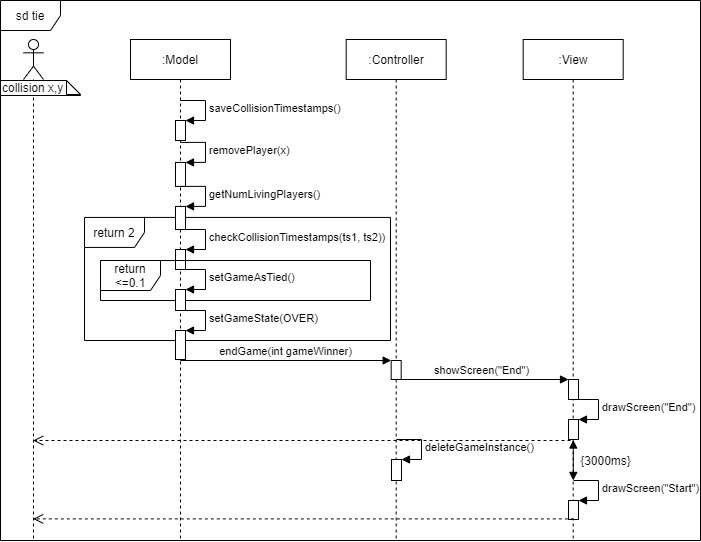
This is Doku/images/SD_UC8Tie.png from KjellooMelloo/gameoftrons, a draw.io export, as it was before one commit. Source tidied: cells renumbered, new cells last; positions are measured from the earlier drawing's top-left corner, leaving out a move shared by most shapes.
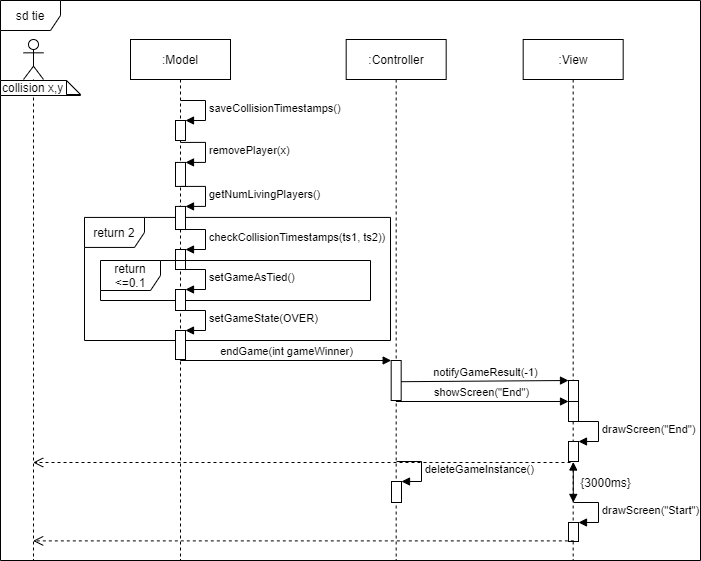
After the change.

Commit message:
added notifyGameResult() and updateView() for SDs

What changed in the source:
```diff
@@ -3,13 +3,13 @@
     <mxCell id="0" />
     <mxCell id="1" parent="0" />
     <mxCell id="2" value="sd tie" style="shape=umlFrame;whiteSpace=wrap;html=1;fillColor=#ffffff;" parent="1" vertex="1">
-      <mxGeometry width="700" height="540" as="geometry" />
+      <mxGeometry width="700" height="560" as="geometry" />
     </mxCell>
     <mxCell id="3" value="return 2" style="shape=umlFrame;whiteSpace=wrap;html=1;fillColor=#ffffff;" parent="1" vertex="1">
       <mxGeometry x="84" y="216.9" width="306" height="123.1" as="geometry" />
     </mxCell>
     <mxCell id="4" value=":Model" style="shape=umlLifeline;perimeter=lifelinePerimeter;whiteSpace=wrap;html=1;" parent="1" vertex="1">
-      <mxGeometry x="130" y="39" width="100" height="501" as="geometry" />
+      <mxGeometry x="130" y="39" width="100" height="521" as="geometry" />
     </mxCell>
     <mxCell id="5" style="html=1;points=[];perimeter=orthogonalPerimeter;fillColor=#ffffff;" parent="4" vertex="1">
       <mxGeometry x="45" y="122.9" width="10" height="24" as="geometry" />
@@ -67,98 +67,104 @@
       </mxGeometry>
     </mxCell>
     <mxCell id="15" style="shape=umlLifeline;participant=umlActor;perimeter=lifelinePerimeter;whiteSpace=wrap;html=1;verticalAlign=top;spacingTop=36;labelBackgroundColor=#ffffff;" parent="1" vertex="1">
-      <mxGeometry x="23" y="39" width="20" height="501" as="geometry" />
+      <mxGeometry x="23" y="39" width="20" height="521" as="geometry" />
     </mxCell>
     <mxCell id="16" value=":Controller" style="shape=umlLifeline;perimeter=lifelinePerimeter;whiteSpace=wrap;html=1;" parent="1" vertex="1">
-      <mxGeometry x="345.7" y="39" width="100" height="501" as="geometry" />
+      <mxGeometry x="345.7" y="39" width="100" height="521" as="geometry" />
     </mxCell>
     <mxCell id="17" style="html=1;points=[];perimeter=orthogonalPerimeter;" parent="16" vertex="1">
-      <mxGeometry x="45" y="321" width="10" height="19" as="geometry" />
+      <mxGeometry x="45" y="321" width="10" height="40" as="geometry" />
     </mxCell>
     <mxCell id="18" value=":View" style="shape=umlLifeline;perimeter=lifelinePerimeter;whiteSpace=wrap;html=1;" parent="1" vertex="1">
-      <mxGeometry x="522.7" y="39" width="100" height="501" as="geometry" />
+      <mxGeometry x="522.7" y="39" width="100" height="521" as="geometry" />
     </mxCell>
     <mxCell id="19" style="html=1;points=[];perimeter=orthogonalPerimeter;" parent="18" vertex="1">
-      <mxGeometry x="45.3" y="340" width="10" height="20" as="geometry" />
+      <mxGeometry x="45.3" y="362" width="10" height="20" as="geometry" />
     </mxCell>
     <mxCell id="20" style="html=1;points=[];perimeter=orthogonalPerimeter;" parent="18" vertex="1">
-      <mxGeometry x="45.3" y="380" width="10" height="20" as="geometry" />
+      <mxGeometry x="45.3" y="402" width="10" height="20" as="geometry" />
     </mxCell>
     <mxCell id="21" value="drawScreen(&quot;End&quot;)" style="edgeStyle=orthogonalEdgeStyle;html=1;align=left;spacingLeft=2;endArrow=block;rounded=0;entryX=1;entryY=0;" parent="18" edge="1" target="20">
       <mxGeometry relative="1" as="geometry">
-        <mxPoint x="50.3" y="360" as="sourcePoint" />
+        <mxPoint x="50.3" y="382" as="sourcePoint" />
         <Array as="points">
-          <mxPoint x="75.3" y="360" />
+          <mxPoint x="75.3" y="382" />
         </Array>
       </mxGeometry>
     </mxCell>
     <mxCell id="22" style="html=1;points=[];perimeter=orthogonalPerimeter;" parent="18" vertex="1">
-      <mxGeometry x="45.3" y="461" width="10" height="19" as="geometry" />
+      <mxGeometry x="45.3" y="483" width="10" height="19" as="geometry" />
     </mxCell>
     <mxCell id="23" value="drawScreen(&quot;Start&quot;)" style="edgeStyle=orthogonalEdgeStyle;html=1;align=left;spacingLeft=2;endArrow=block;rounded=0;entryX=1;entryY=0;" parent="18" edge="1" target="22">
       <mxGeometry relative="1" as="geometry">
-        <mxPoint x="50.3" y="441" as="sourcePoint" />
+        <mxPoint x="50.3" y="463" as="sourcePoint" />
         <Array as="points">
-          <mxPoint x="75.3" y="441" />
+          <mxPoint x="75.3" y="463" />
         </Array>
       </mxGeometry>
     </mxCell>
     <mxCell id="24" style="endArrow=block;startArrow=block;endFill=1;startFill=1;html=1;exitX=0.478;exitY=1.025;exitDx=0;exitDy=0;exitPerimeter=0;entryX=0.501;entryY=0.889;entryDx=0;entryDy=0;entryPerimeter=0;" parent="18" edge="1" source="20">
       <mxGeometry relative="1" as="geometry">
-        <mxPoint x="50.1" y="440.9" as="targetPoint" />
+        <mxPoint x="50.1" y="462.9" as="targetPoint" />
       </mxGeometry>
     </mxCell>
-    <mxCell id="25" value="collision x,y" style="shape=note;whiteSpace=wrap;html=1;size=14;verticalAlign=top;align=left;spacingTop=-6;" parent="1" vertex="1">
-      <mxGeometry y="80" width="80" height="15" as="geometry" />
+    <mxCell id="25" style="html=1;points=[];perimeter=orthogonalPerimeter;" parent="18" vertex="1">
+      <mxGeometry x="45.3" y="341" width="10" height="21" as="geometry" />
     </mxCell>
-    <mxCell id="26" value="return &amp;lt;=0.1" style="shape=umlFrame;whiteSpace=wrap;html=1;fillColor=#ffffff;" parent="1" vertex="1">
-      <mxGeometry x="100" y="260" width="270" height="40" as="geometry" />
+    <mxCell id="26" value="collision x,y" style="shape=note;whiteSpace=wrap;html=1;size=14;verticalAlign=top;align=left;spacingTop=-6;" parent="1" vertex="1">
+      <mxGeometry y="80" width="80" height="15" as="geometry" />
     </mxCell>
-    <mxCell id="27" style="html=1;points=[];perimeter=orthogonalPerimeter;" parent="1" vertex="1">
-      <mxGeometry x="175" y="289" width="10" height="21" as="geometry" />
+    <mxCell id="27" value="return &amp;lt;=0.1" style="shape=umlFrame;whiteSpace=wrap;html=1;fillColor=#ffffff;" parent="1" vertex="1">
+      <mxGeometry x="100" y="260" width="270" height="40" as="geometry" />
     </mxCell>
-    <mxCell id="28" value="setGameAsTied()" style="edgeStyle=orthogonalEdgeStyle;html=1;align=left;spacingLeft=2;endArrow=block;rounded=0;entryX=1;entryY=0;" parent="1" edge="1" target="27">
-      <mxGeometry relative="1" as="geometry">
-        <mxPoint x="180" y="269" as="sourcePoint" />
-        <Array as="points">
-          <mxPoint x="205" y="269" />
-        </Array>
-      </mxGeometry>
+    <mxCell id="28" style="html=1;points=[];perimeter=orthogonalPerimeter;" parent="1" vertex="1">
+      <mxGeometry x="175" y="289" width="10" height="21" as="geometry" />
     </mxCell>
-    <mxCell id="29" value="endGame(int gameWinner)" style="html=1;verticalAlign=bottom;endArrow=block;entryX=0;entryY=0;" parent="1" edge="1" target="17">
+    <mxCell id="29" value="setGameAsTied()" style="edgeStyle=orthogonalEdgeStyle;html=1;align=left;spacingLeft=2;endArrow=block;rounded=0;entryX=1;entryY=0;" parent="1" edge="1" target="28">
       <mxGeometry relative="1" as="geometry">
-        <mxPoint x="179.7" y="360" as="sourcePoint" />
+        <mxPoint x="180" y="269" as="sourcePoint" />
+        <Array as="points">
+          <mxPoint x="205" y="269" />
+        </Array>
       </mxGeometry>
     </mxCell>
-    <mxCell id="30" value="showScreen(&quot;End&quot;)" style="html=1;verticalAlign=bottom;endArrow=block;entryX=0;entryY=0;" parent="1" edge="1" target="19">
+    <mxCell id="30" value="endGame(int gameWinner)" style="html=1;verticalAlign=bottom;endArrow=block;entryX=0;entryY=0;" parent="1" edge="1" target="17">
       <mxGeometry relative="1" as="geometry">
-        <mxPoint x="395.3" y="379" as="sourcePoint" />
+        <mxPoint x="179.7" y="360" as="sourcePoint" />
       </mxGeometry>
     </mxCell>
-    <mxCell id="31" style="html=1;verticalAlign=bottom;endArrow=open;dashed=1;endSize=8;" parent="1" edge="1">
+    <mxCell id="31" value="showScreen(&quot;End&quot;)" style="html=1;verticalAlign=bottom;endArrow=block;entryX=0;entryY=0;" parent="1" edge="1" target="19">
       <mxGeometry relative="1" as="geometry">
-        <mxPoint x="570" y="440" as="sourcePoint" />
-        <mxPoint x="32.7" y="440" as="targetPoint" />
+        <mxPoint x="395.3" y="401" as="sourcePoint" />
       </mxGeometry>
     </mxCell>
-    <mxCell id="32" style="html=1;points=[];perimeter=orthogonalPerimeter;" parent="1" vertex="1">
-      <mxGeometry x="391" y="459" width="10" height="21" as="geometry" />
+    <mxCell id="32" style="html=1;verticalAlign=bottom;endArrow=open;dashed=1;endSize=8;" parent="1" edge="1">
+      <mxGeometry relative="1" as="geometry">
+        <mxPoint x="570" y="462" as="sourcePoint" />
+        <mxPoint x="32.7" y="462" as="targetPoint" />
+      </mxGeometry>
     </mxCell>
-    <mxCell id="33" value="deleteGameInstance()" style="edgeStyle=orthogonalEdgeStyle;html=1;align=left;spacingLeft=2;endArrow=block;rounded=0;entryX=1;entryY=0;" parent="1" edge="1" target="32">
-      <mxGeometry relative="1" as="geometry">
-        <mxPoint x="396" y="439" as="sourcePoint" />
-        <Array as="points">
-          <mxPoint x="421" y="439" />
-        </Array>
-      </mxGeometry>
+    <mxCell id="33" style="html=1;points=[];perimeter=orthogonalPerimeter;" parent="1" vertex="1">
+      <mxGeometry x="391" y="481" width="10" height="21" as="geometry" />
     </mxCell>
-    <mxCell id="34" value="{3000ms}" style="text;html=1;align=center;verticalAlign=middle;" parent="1" vertex="1">
-      <mxGeometry x="570" y="450" width="70" height="20" as="geometry" />
+    <mxCell id="34" value="deleteGameInstance()" style="edgeStyle=orthogonalEdgeStyle;html=1;align=left;spacingLeft=2;endArrow=block;rounded=0;entryX=1;entryY=0;" parent="1" edge="1" target="33">
+      <mxGeometry relative="1" as="geometry">
+        <mxPoint x="396" y="461" as="sourcePoint" />
+        <Array as="points">
+          <mxPoint x="421" y="461" />
+        </Array>
+      </mxGeometry>
     </mxCell>
-    <mxCell id="35" style="html=1;verticalAlign=bottom;endArrow=open;dashed=1;endSize=8;exitX=0.533;exitY=0.968;exitDx=0;exitDy=0;exitPerimeter=0;" parent="1" edge="1" source="22">
-      <mxGeometry relative="1" as="geometry">
-        <mxPoint x="32.7" y="518.4" as="targetPoint" />
-      </mxGeometry>
+    <mxCell id="35" value="{3000ms}" style="text;html=1;align=center;verticalAlign=middle;" parent="1" vertex="1">
+      <mxGeometry x="570" y="472" width="70" height="20" as="geometry" />
     </mxCell>
+    <mxCell id="36" style="html=1;verticalAlign=bottom;endArrow=open;dashed=1;endSize=8;exitX=0.533;exitY=0.968;exitDx=0;exitDy=0;exitPerimeter=0;" parent="1" edge="1" source="22">
+      <mxGeometry relative="1" as="geometry">
+        <mxPoint x="32.7" y="540.4" as="targetPoint" />
+      </mxGeometry>
+    </mxCell>
+    <mxCell id="37" value="notifyGameResult(-1)" style="html=1;verticalAlign=bottom;endArrow=block;entryX=0;entryY=0;exitX=1.005;exitY=0.53;exitDx=0;exitDy=0;exitPerimeter=0;" parent="1" edge="1" source="17" target="25">
+      <mxGeometry relative="1" as="geometry" />
+    </mxCell>
   </root>
 </mxGraphModel>
```
